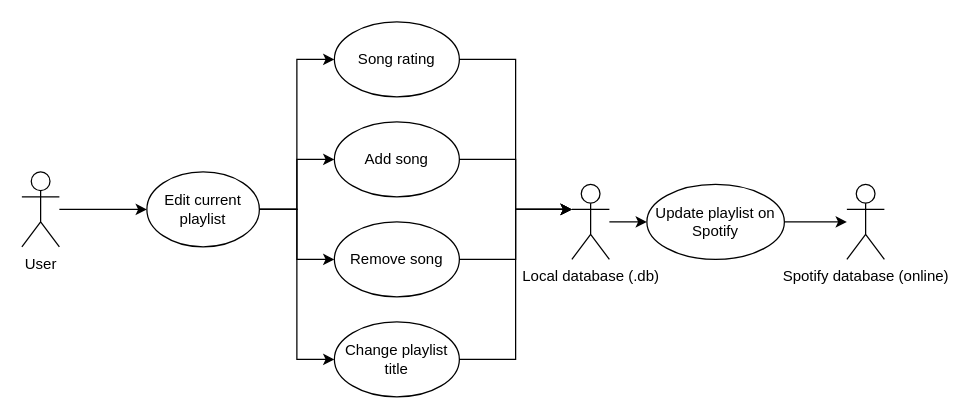
This is use_case_edit_playlist.drawio from stpilks99/moodipy, a draw.io file, before an edit. Source tidied: cells renumbered, new cells numbered last; positions are measured from the earlier drawing's top-left corner, leaving out a move shared by most shapes. Both pictures are drawn from the tidied source at 125%, with x=0, y=0 at pixel (21, 21).
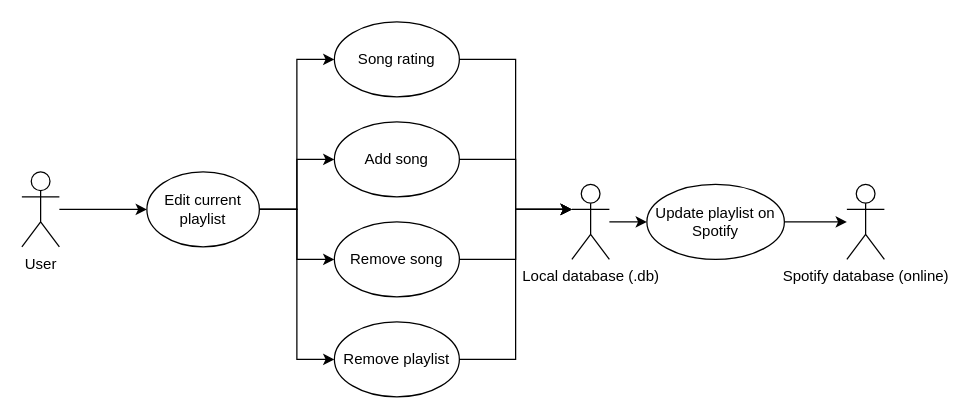
The same page after the edit.

Change to the diagram source:
```diff
@@
-    <mxCell id="16" value="Change playlist title" style="ellipse;whiteSpace=wrap;html=1;" parent="1" vertex="1">
+    <mxCell id="16" value="Remove playlist" style="ellipse;whiteSpace=wrap;html=1;" parent="1" vertex="1">
       <mxGeometry x="250" y="240" width="100" height="60" as="geometry" />
     </mxCell>
```
